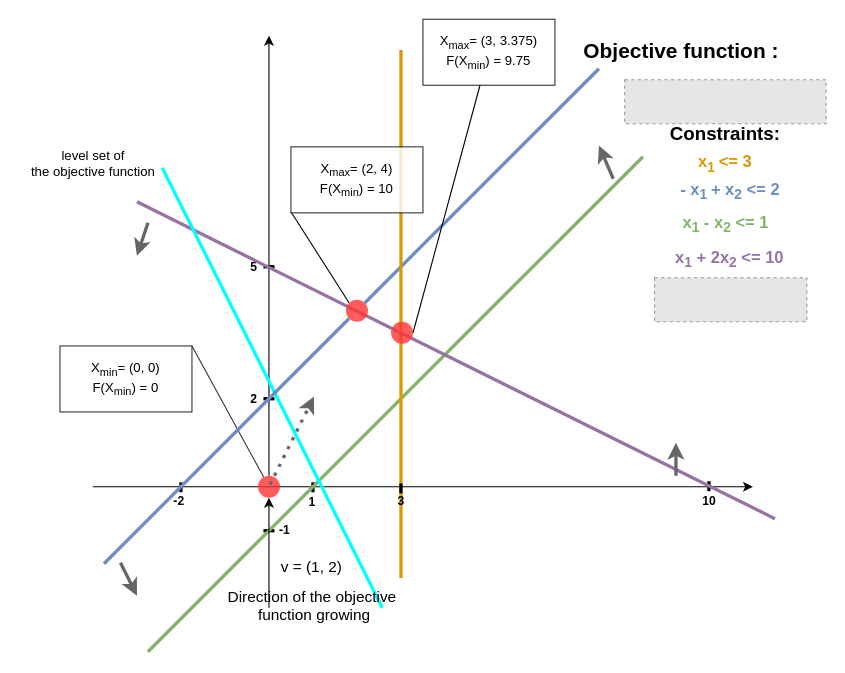
This is Untitled Diagram.drawio from khalidsabih/mathematical_programming, a draw.io file, before an edit. Source tidied: cells renumbered, new cells numbered last; positions are measured from the earlier drawing's top-left corner, leaving out a move shared by most shapes. Both pictures are drawn from the tidied source at 110%, with x=0, y=0 at pixel (21, 19). Pictures stored in the file or linked from it are replaced by grey dashed boxes.
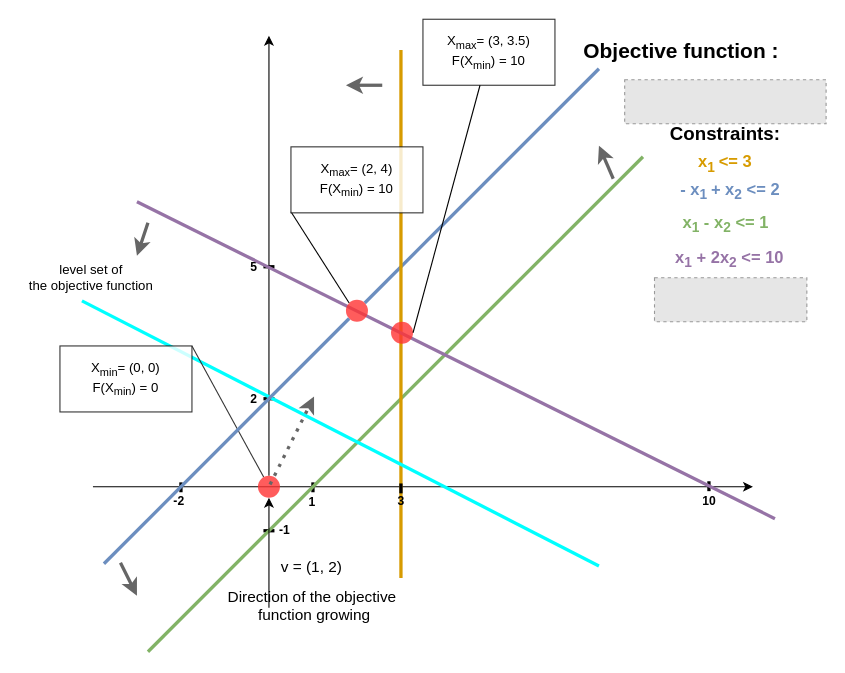
The same diagram, later.

The edit, as a diff of the source:
```diff
@@
     <mxCell id="23" style="endArrow=classic;html=1;strokeWidth=3;fillColor=#f5f5f5;strokeColor=#666666;" parent="1" edge="1">
       <mxGeometry relative="1" as="geometry">
-        <mxPoint x="595" y="415" as="sourcePoint" />
-        <mxPoint x="595" y="385" as="targetPoint" />
+        <mxPoint x="328" y="60" as="sourcePoint" />
+        <mxPoint x="295" y="60" as="targetPoint" />
       </mxGeometry>
     </mxCell>
@@
     <mxCell id="35" style="endArrow=none;html=1;strokeColor=#00FFFF;strokeWidth=3;" parent="1" edge="1">
       <mxGeometry relative="1" as="geometry">
-        <mxPoint x="128" y="135" as="sourcePoint" />
-        <mxPoint x="328" y="535" as="targetPoint" />
+        <mxPoint x="55" y="256" as="sourcePoint" />
+        <mxPoint x="525" y="497" as="targetPoint" />
       </mxGeometry>
     </mxCell>
     <mxCell id="36" value="level set of &lt;br&gt;the objective function" style="text;html=1;align=center;verticalAlign=middle;" parent="1" vertex="1">
-      <mxGeometry y="116" width="130" height="30" as="geometry" />
+      <mxGeometry x="-2" y="220" width="130" height="30" as="geometry" />
     </mxCell>
@@
-    <mxCell id="41" value="X&lt;sub&gt;max&lt;/sub&gt;= (3, 3.375)&lt;br&gt;F(X&lt;sub&gt;min&lt;/sub&gt;) = 9.75" style="rounded=0;whiteSpace=wrap;html=1;opacity=80;" parent="1" vertex="1">
+    <mxCell id="41" value="X&lt;sub&gt;max&lt;/sub&gt;= (3, 3.5)&lt;br&gt;F(X&lt;sub&gt;min&lt;/sub&gt;) = 10" style="rounded=0;whiteSpace=wrap;html=1;opacity=80;" parent="1" vertex="1">
       <mxGeometry x="365" width="120" height="60" as="geometry" />
     </mxCell>
```
